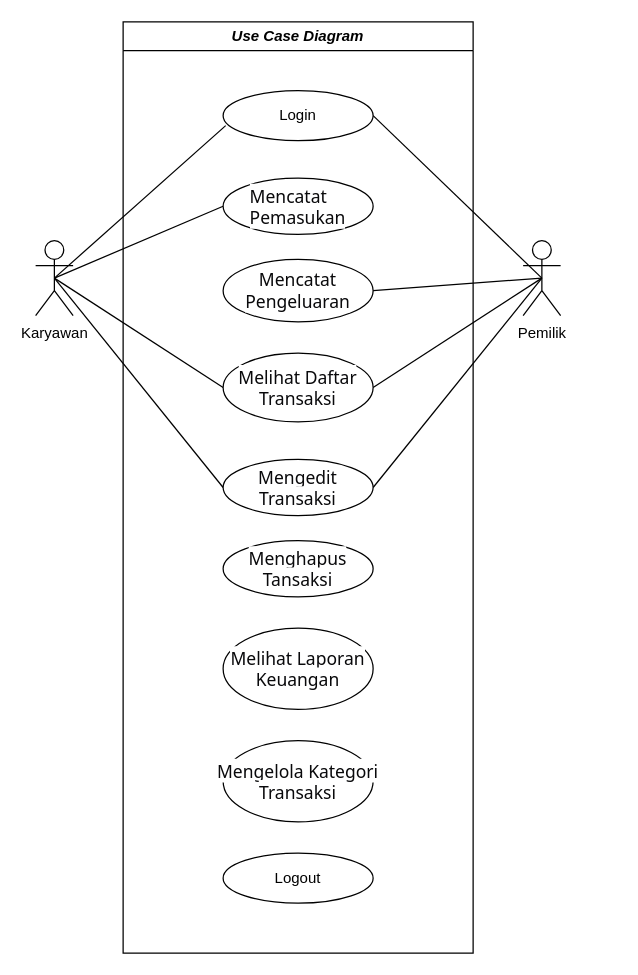
Before: page "Page-1" (1 of 2) of Doc/UseCase/Feby.drawio in gustitriprayoga/sistem-umkm-feby, a draw.io diagram. Source tidied: cells renumbered, new cells numbered last; positions are measured from the earlier drawing's top-left corner, leaving out a move shared by most shapes. Both pictures are drawn from the tidied source at 125%, with x=0, y=0 at pixel (35, 21).
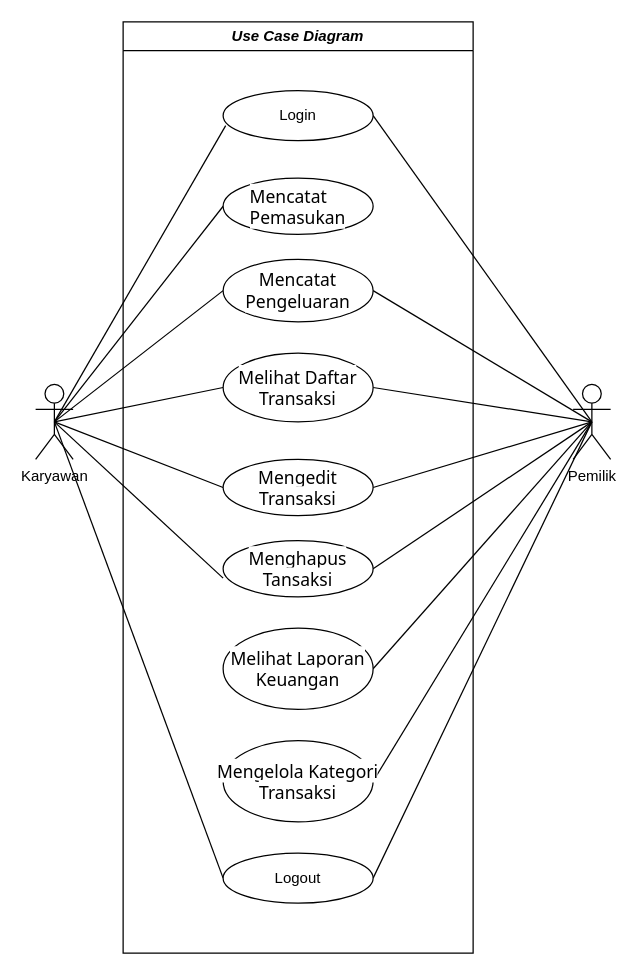
Above is the later version.

The change refers to these unchanged cells:
```xml
<mxCell id="12" value="&lt;i&gt;Use Case Diagram&lt;/i&gt;" style="swimlane;whiteSpace=wrap;html=1;" parent="1" vertex="1">
  <mxGeometry x="70" width="280" height="745" as="geometry" />
</mxCell>
```

Diff of the diagram source:
```diff
@@
+    <mxCell id="22" style="rounded=0;jettySize=auto;html=1;exitX=0.5;exitY=0.5;exitDx=0;exitDy=0;exitPerimeter=0;entryX=1;entryY=0.5;entryDx=0;entryDy=0;endArrow=none;startFill=0;" parent="1" edge="1" source="6" target="19">
+      <mxGeometry relative="1" as="geometry" />
+    </mxCell>
+    <mxCell id="23" style="rounded=0;jettySize=auto;html=1;exitX=0.5;exitY=0.5;exitDx=0;exitDy=0;exitPerimeter=0;entryX=1;entryY=0.5;entryDx=0;entryDy=0;endArrow=none;startFill=0;" parent="1" edge="1" source="6" target="20">
+      <mxGeometry relative="1" as="geometry" />
+    </mxCell>
+    <mxCell id="24" style="rounded=0;jettySize=auto;html=1;exitX=0.5;exitY=0.5;exitDx=0;exitDy=0;exitPerimeter=0;entryX=1;entryY=0.5;entryDx=0;entryDy=0;endArrow=none;startFill=0;" parent="1" edge="1" source="6" target="21">
+      <mxGeometry relative="1" as="geometry" />
+    </mxCell>
+    <mxCell id="25" style="rounded=0;jettySize=auto;html=1;exitX=0.5;exitY=0.5;exitDx=0;exitDy=0;exitPerimeter=0;entryX=1;entryY=0.5;entryDx=0;entryDy=0;endArrow=none;startFill=0;" parent="1" edge="1" source="6" target="18">
+      <mxGeometry relative="1" as="geometry" />
+    </mxCell>
     <mxCell id="6" value="Pemilik" style="shape=umlActor;verticalLabelPosition=bottom;verticalAlign=top;html=1;outlineConnect=0;" parent="1" vertex="1">
-      <mxGeometry x="390" y="175" width="30" height="60" as="geometry" />
+      <mxGeometry x="430" y="290" width="30" height="60" as="geometry" />
     </mxCell>
@@
+    <mxCell id="26" style="rounded=0;jettySize=auto;html=1;exitX=0.5;exitY=0.5;exitDx=0;exitDy=0;exitPerimeter=0;entryX=0;entryY=0.5;entryDx=0;entryDy=0;endArrow=none;startFill=0;" parent="1" edge="1" source="10" target="16">
+      <mxGeometry relative="1" as="geometry" />
+    </mxCell>
+    <mxCell id="27" style="rounded=0;jettySize=auto;html=1;exitX=0.5;exitY=0.5;exitDx=0;exitDy=0;exitPerimeter=0;entryX=0;entryY=0.5;entryDx=0;entryDy=0;endArrow=none;startFill=0;" parent="1" edge="1" source="10" target="21">
+      <mxGeometry relative="1" as="geometry" />
+    </mxCell>
     <mxCell id="10" value="Karyawan" style="shape=umlActor;verticalLabelPosition=bottom;verticalAlign=top;html=1;outlineConnect=0;" parent="1" vertex="1">
-      <mxGeometry y="175" width="30" height="60" as="geometry" />
+      <mxGeometry y="290" width="30" height="60" as="geometry" />
     </mxCell>
@@
-    <mxCell id="14" value="&lt;div style=&quot;text-align: start;&quot;&gt;&lt;font face=&quot;__Inter_d65c78, __Inter_Fallback_d65c78, ui-sans-serif, system-ui, sans-serif, Apple Color Emoji, Segoe UI Emoji, Segoe UI Symbol, Noto Color Emoji&quot; color=&quot;#09090b&quot;&gt;&lt;span style=&quot;font-size: 14px; text-wrap-mode: nowrap; background-color: rgb(255, 255, 255);&quot;&gt;Mencatat&lt;/span&gt;&lt;/font&gt;&lt;/div&gt;&lt;div style=&quot;text-align: start;&quot;&gt;&lt;font face=&quot;__Inter_d65c78, __Inter_Fallback_d65c78, ui-sans-serif, system-ui, sans-serif, Apple Color Emoji, Segoe UI Emoji, Segoe UI Symbol, Noto Color Emoji&quot; color=&quot;#09090b&quot;&gt;&lt;span style=&quot;font-size: 14px; text-wrap-mode: nowrap; background-color: rgb(255, 255, 255);&quot;&gt;Pemasukan&lt;/span&gt;&lt;/font&gt;&lt;/div&gt;" style="ellipse;whiteSpace=wrap;html=1;" parent="12" vertex="1">
+    <mxCell id="14" value="&lt;div style=&quot;text-align: start;&quot;&gt;&lt;font face=&quot;__Inter_d65c78, __Inter_Fallback_d65c78, ui-sans-serif, system-ui, sans-serif, Apple Color Emoji, Segoe UI Emoji, Segoe UI Symbol, Noto Color Emoji&quot;&gt;&lt;span style=&quot;font-size: 14px; text-wrap-mode: nowrap; background-color: light-dark(#ffffff, var(--ge-dark-color, #121212));&quot;&gt;Mencatat&lt;/span&gt;&lt;/font&gt;&lt;/div&gt;&lt;div style=&quot;text-align: start;&quot;&gt;&lt;font face=&quot;__Inter_d65c78, __Inter_Fallback_d65c78, ui-sans-serif, system-ui, sans-serif, Apple Color Emoji, Segoe UI Emoji, Segoe UI Symbol, Noto Color Emoji&quot;&gt;&lt;span style=&quot;font-size: 14px; text-wrap-mode: nowrap; background-color: light-dark(#ffffff, var(--ge-dark-color, #121212));&quot;&gt;Pemasukan&lt;/span&gt;&lt;/font&gt;&lt;/div&gt;" style="ellipse;whiteSpace=wrap;html=1;" parent="12" vertex="1">
       <mxGeometry x="80" y="125" width="120" height="45" as="geometry" />
     </mxCell>
-    <mxCell id="15" value="&lt;span style=&quot;color: rgb(9, 9, 11); font-family: __Inter_d65c78, __Inter_Fallback_d65c78, ui-sans-serif, system-ui, sans-serif, &amp;quot;Apple Color Emoji&amp;quot;, &amp;quot;Segoe UI Emoji&amp;quot;, &amp;quot;Segoe UI Symbol&amp;quot;, &amp;quot;Noto Color Emoji&amp;quot;; font-size: 14px; text-align: start; text-wrap-mode: nowrap; background-color: rgb(255, 255, 255);&quot;&gt;Melihat Daftar&lt;/span&gt;&lt;div&gt;&lt;span style=&quot;color: rgb(9, 9, 11); font-family: __Inter_d65c78, __Inter_Fallback_d65c78, ui-sans-serif, system-ui, sans-serif, &amp;quot;Apple Color Emoji&amp;quot;, &amp;quot;Segoe UI Emoji&amp;quot;, &amp;quot;Segoe UI Symbol&amp;quot;, &amp;quot;Noto Color Emoji&amp;quot;; font-size: 14px; text-align: start; text-wrap-mode: nowrap; background-color: rgb(255, 255, 255);&quot;&gt;Transaksi&lt;/span&gt;&lt;/div&gt;" style="ellipse;whiteSpace=wrap;html=1;" parent="12" vertex="1">
+    <mxCell id="15" value="&lt;span style=&quot;font-family: __Inter_d65c78, __Inter_Fallback_d65c78, ui-sans-serif, system-ui, sans-serif, &amp;quot;Apple Color Emoji&amp;quot;, &amp;quot;Segoe UI Emoji&amp;quot;, &amp;quot;Segoe UI Symbol&amp;quot;, &amp;quot;Noto Color Emoji&amp;quot;; font-size: 14px; text-align: start; text-wrap-mode: nowrap; background-color: light-dark(#ffffff, var(--ge-dark-color, #121212));&quot;&gt;&lt;font&gt;Melihat Daftar&lt;/font&gt;&lt;/span&gt;&lt;div&gt;&lt;span style=&quot;font-family: __Inter_d65c78, __Inter_Fallback_d65c78, ui-sans-serif, system-ui, sans-serif, &amp;quot;Apple Color Emoji&amp;quot;, &amp;quot;Segoe UI Emoji&amp;quot;, &amp;quot;Segoe UI Symbol&amp;quot;, &amp;quot;Noto Color Emoji&amp;quot;; font-size: 14px; text-align: start; text-wrap-mode: nowrap; background-color: light-dark(#ffffff, var(--ge-dark-color, #121212));&quot;&gt;&lt;font&gt;Transaksi&lt;/font&gt;&lt;/span&gt;&lt;/div&gt;" style="ellipse;whiteSpace=wrap;html=1;" parent="12" vertex="1">
       <mxGeometry x="80" y="265" width="120" height="55" as="geometry" />
     </mxCell>
-    <mxCell id="16" value="&lt;span style=&quot;color: rgb(9, 9, 11); font-family: __Inter_d65c78, __Inter_Fallback_d65c78, ui-sans-serif, system-ui, sans-serif, &amp;quot;Apple Color Emoji&amp;quot;, &amp;quot;Segoe UI Emoji&amp;quot;, &amp;quot;Segoe UI Symbol&amp;quot;, &amp;quot;Noto Color Emoji&amp;quot;; font-size: 14px; text-align: start; text-wrap-mode: nowrap; background-color: rgb(255, 255, 255);&quot;&gt;Mencatat&lt;/span&gt;&lt;div&gt;&lt;span style=&quot;color: rgb(9, 9, 11); font-family: __Inter_d65c78, __Inter_Fallback_d65c78, ui-sans-serif, system-ui, sans-serif, &amp;quot;Apple Color Emoji&amp;quot;, &amp;quot;Segoe UI Emoji&amp;quot;, &amp;quot;Segoe UI Symbol&amp;quot;, &amp;quot;Noto Color Emoji&amp;quot;; font-size: 14px; text-align: start; text-wrap-mode: nowrap; background-color: rgb(255, 255, 255);&quot;&gt;Pengeluaran&lt;/span&gt;&lt;/div&gt;" style="ellipse;whiteSpace=wrap;html=1;" parent="12" vertex="1">
+    <mxCell id="16" value="&lt;span style=&quot;font-family: __Inter_d65c78, __Inter_Fallback_d65c78, ui-sans-serif, system-ui, sans-serif, &amp;quot;Apple Color Emoji&amp;quot;, &amp;quot;Segoe UI Emoji&amp;quot;, &amp;quot;Segoe UI Symbol&amp;quot;, &amp;quot;Noto Color Emoji&amp;quot;; font-size: 14px; text-align: start; text-wrap-mode: nowrap; background-color: light-dark(#ffffff, var(--ge-dark-color, #121212));&quot;&gt;&lt;font&gt;Mencatat&lt;/font&gt;&lt;/span&gt;&lt;div&gt;&lt;span style=&quot;font-family: __Inter_d65c78, __Inter_Fallback_d65c78, ui-sans-serif, system-ui, sans-serif, &amp;quot;Apple Color Emoji&amp;quot;, &amp;quot;Segoe UI Emoji&amp;quot;, &amp;quot;Segoe UI Symbol&amp;quot;, &amp;quot;Noto Color Emoji&amp;quot;; font-size: 14px; text-align: start; text-wrap-mode: nowrap; background-color: light-dark(#ffffff, var(--ge-dark-color, #121212));&quot;&gt;&lt;font&gt;Pengeluaran&lt;/font&gt;&lt;/span&gt;&lt;/div&gt;" style="ellipse;whiteSpace=wrap;html=1;" parent="12" vertex="1">
       <mxGeometry x="80" y="190" width="120" height="50" as="geometry" />
     </mxCell>
-    <mxCell id="17" value="&lt;span style=&quot;color: rgb(9, 9, 11); font-family: __Inter_d65c78, __Inter_Fallback_d65c78, ui-sans-serif, system-ui, sans-serif, &amp;quot;Apple Color Emoji&amp;quot;, &amp;quot;Segoe UI Emoji&amp;quot;, &amp;quot;Segoe UI Symbol&amp;quot;, &amp;quot;Noto Color Emoji&amp;quot;; font-size: 14px; text-align: start; text-wrap-mode: nowrap; background-color: light-dark(#ffffff, var(--ge-dark-color, #121212));&quot;&gt;Mengedit&lt;/span&gt;&lt;div&gt;&lt;span style=&quot;color: rgb(9, 9, 11); font-family: __Inter_d65c78, __Inter_Fallback_d65c78, ui-sans-serif, system-ui, sans-serif, &amp;quot;Apple Color Emoji&amp;quot;, &amp;quot;Segoe UI Emoji&amp;quot;, &amp;quot;Segoe UI Symbol&amp;quot;, &amp;quot;Noto Color Emoji&amp;quot;; font-size: 14px; text-align: start; text-wrap-mode: nowrap; background-color: light-dark(#ffffff, var(--ge-dark-color, #121212));&quot;&gt;Transaksi&lt;/span&gt;&lt;/div&gt;" style="ellipse;whiteSpace=wrap;html=1;" parent="12" vertex="1">
+    <mxCell id="17" value="&lt;span style=&quot;font-family: __Inter_d65c78, __Inter_Fallback_d65c78, ui-sans-serif, system-ui, sans-serif, &amp;quot;Apple Color Emoji&amp;quot;, &amp;quot;Segoe UI Emoji&amp;quot;, &amp;quot;Segoe UI Symbol&amp;quot;, &amp;quot;Noto Color Emoji&amp;quot;; font-size: 14px; text-align: start; text-wrap-mode: nowrap; background-color: light-dark(#ffffff, var(--ge-dark-color, #121212));&quot;&gt;&lt;font&gt;Mengedit&lt;/font&gt;&lt;/span&gt;&lt;div&gt;&lt;span style=&quot;font-family: __Inter_d65c78, __Inter_Fallback_d65c78, ui-sans-serif, system-ui, sans-serif, &amp;quot;Apple Color Emoji&amp;quot;, &amp;quot;Segoe UI Emoji&amp;quot;, &amp;quot;Segoe UI Symbol&amp;quot;, &amp;quot;Noto Color Emoji&amp;quot;; font-size: 14px; text-align: start; text-wrap-mode: nowrap; background-color: light-dark(#ffffff, var(--ge-dark-color, #121212));&quot;&gt;&lt;font&gt;Transaksi&lt;/font&gt;&lt;/span&gt;&lt;/div&gt;" style="ellipse;whiteSpace=wrap;html=1;" parent="12" vertex="1">
       <mxGeometry x="80" y="350" width="120" height="45" as="geometry" />
     </mxCell>
-    <mxCell id="18" value="&lt;div style=&quot;&quot;&gt;&lt;font face=&quot;__Inter_d65c78, __Inter_Fallback_d65c78, ui-sans-serif, system-ui, sans-serif, Apple Color Emoji, Segoe UI Emoji, Segoe UI Symbol, Noto Color Emoji&quot; color=&quot;#09090b&quot;&gt;&lt;span style=&quot;font-size: 14px; text-wrap-mode: nowrap; background-color: light-dark(#ffffff, var(--ge-dark-color, #121212));&quot;&gt;Menghapus&lt;/span&gt;&lt;/font&gt;&lt;/div&gt;&lt;div style=&quot;&quot;&gt;&lt;font face=&quot;__Inter_d65c78, __Inter_Fallback_d65c78, ui-sans-serif, system-ui, sans-serif, Apple Color Emoji, Segoe UI Emoji, Segoe UI Symbol, Noto Color Emoji&quot; color=&quot;#09090b&quot;&gt;&lt;span style=&quot;font-size: 14px; text-wrap-mode: nowrap; background-color: light-dark(#ffffff, var(--ge-dark-color, #121212));&quot;&gt;Tansaksi&lt;/span&gt;&lt;/font&gt;&lt;/div&gt;" style="ellipse;whiteSpace=wrap;html=1;align=center;" parent="12" vertex="1">
+    <mxCell id="18" value="&lt;div style=&quot;&quot;&gt;&lt;font face=&quot;__Inter_d65c78, __Inter_Fallback_d65c78, ui-sans-serif, system-ui, sans-serif, Apple Color Emoji, Segoe UI Emoji, Segoe UI Symbol, Noto Color Emoji&quot;&gt;&lt;span style=&quot;font-size: 14px; text-wrap-mode: nowrap; background-color: light-dark(#ffffff, var(--ge-dark-color, #121212));&quot;&gt;Menghapus&lt;/span&gt;&lt;/font&gt;&lt;/div&gt;&lt;div style=&quot;&quot;&gt;&lt;font face=&quot;__Inter_d65c78, __Inter_Fallback_d65c78, ui-sans-serif, system-ui, sans-serif, Apple Color Emoji, Segoe UI Emoji, Segoe UI Symbol, Noto Color Emoji&quot;&gt;&lt;span style=&quot;font-size: 14px; text-wrap-mode: nowrap; background-color: light-dark(#ffffff, var(--ge-dark-color, #121212));&quot;&gt;Tansaksi&lt;/span&gt;&lt;/font&gt;&lt;/div&gt;" style="ellipse;whiteSpace=wrap;html=1;align=center;" parent="12" vertex="1">
       <mxGeometry x="80" y="415" width="120" height="45" as="geometry" />
     </mxCell>
-    <mxCell id="19" value="&lt;div style=&quot;&quot;&gt;&lt;font face=&quot;__Inter_d65c78, __Inter_Fallback_d65c78, ui-sans-serif, system-ui, sans-serif, Apple Color Emoji, Segoe UI Emoji, Segoe UI Symbol, Noto Color Emoji&quot; color=&quot;#09090b&quot;&gt;&lt;span style=&quot;font-size: 14px; text-wrap-mode: nowrap; background-color: light-dark(#ffffff, var(--ge-dark-color, #121212));&quot;&gt;Melihat Laporan&lt;/span&gt;&lt;/font&gt;&lt;/div&gt;&lt;div style=&quot;&quot;&gt;&lt;font face=&quot;__Inter_d65c78, __Inter_Fallback_d65c78, ui-sans-serif, system-ui, sans-serif, Apple Color Emoji, Segoe UI Emoji, Segoe UI Symbol, Noto Color Emoji&quot; color=&quot;#09090b&quot;&gt;&lt;span style=&quot;font-size: 14px; text-wrap-mode: nowrap; background-color: light-dark(#ffffff, var(--ge-dark-color, #121212));&quot;&gt;Keuangan&lt;/span&gt;&lt;/font&gt;&lt;/div&gt;" style="ellipse;whiteSpace=wrap;html=1;align=center;" parent="12" vertex="1">
+    <mxCell id="19" value="&lt;div style=&quot;&quot;&gt;&lt;font face=&quot;__Inter_d65c78, __Inter_Fallback_d65c78, ui-sans-serif, system-ui, sans-serif, Apple Color Emoji, Segoe UI Emoji, Segoe UI Symbol, Noto Color Emoji&quot;&gt;&lt;span style=&quot;font-size: 14px; text-wrap-mode: nowrap; background-color: light-dark(#ffffff, var(--ge-dark-color, #121212));&quot;&gt;Melihat Laporan&lt;/span&gt;&lt;/font&gt;&lt;/div&gt;&lt;div style=&quot;&quot;&gt;&lt;font face=&quot;__Inter_d65c78, __Inter_Fallback_d65c78, ui-sans-serif, system-ui, sans-serif, Apple Color Emoji, Segoe UI Emoji, Segoe UI Symbol, Noto Color Emoji&quot;&gt;&lt;span style=&quot;font-size: 14px; text-wrap-mode: nowrap; background-color: light-dark(#ffffff, var(--ge-dark-color, #121212));&quot;&gt;Keuangan&lt;/span&gt;&lt;/font&gt;&lt;/div&gt;" style="ellipse;whiteSpace=wrap;html=1;align=center;" parent="12" vertex="1">
       <mxGeometry x="80" y="485" width="120" height="65" as="geometry" />
     </mxCell>
-    <mxCell id="20" value="&lt;font face=&quot;__Inter_d65c78, __Inter_Fallback_d65c78, ui-sans-serif, system-ui, sans-serif, Apple Color Emoji, Segoe UI Emoji, Segoe UI Symbol, Noto Color Emoji&quot; color=&quot;#09090b&quot;&gt;&lt;span style=&quot;font-size: 14px; text-wrap-mode: nowrap; background-color: light-dark(#ffffff, var(--ge-dark-color, #121212));&quot;&gt;Mengelola Kategori&lt;/span&gt;&lt;/font&gt;&lt;div&gt;&lt;font face=&quot;__Inter_d65c78, __Inter_Fallback_d65c78, ui-sans-serif, system-ui, sans-serif, Apple Color Emoji, Segoe UI Emoji, Segoe UI Symbol, Noto Color Emoji&quot; color=&quot;#09090b&quot;&gt;&lt;span style=&quot;font-size: 14px; text-wrap-mode: nowrap; background-color: light-dark(#ffffff, var(--ge-dark-color, #121212));&quot;&gt;Transaksi&lt;/span&gt;&lt;/font&gt;&lt;/div&gt;" style="ellipse;whiteSpace=wrap;html=1;align=center;" parent="12" vertex="1">
+    <mxCell id="20" value="&lt;font face=&quot;__Inter_d65c78, __Inter_Fallback_d65c78, ui-sans-serif, system-ui, sans-serif, Apple Color Emoji, Segoe UI Emoji, Segoe UI Symbol, Noto Color Emoji&quot;&gt;&lt;span style=&quot;font-size: 14px; text-wrap-mode: nowrap; background-color: light-dark(#ffffff, var(--ge-dark-color, #121212));&quot;&gt;Mengelola Kategori&lt;/span&gt;&lt;/font&gt;&lt;div&gt;&lt;font face=&quot;__Inter_d65c78, __Inter_Fallback_d65c78, ui-sans-serif, system-ui, sans-serif, Apple Color Emoji, Segoe UI Emoji, Segoe UI Symbol, Noto Color Emoji&quot;&gt;&lt;span style=&quot;font-size: 14px; text-wrap-mode: nowrap; background-color: light-dark(#ffffff, var(--ge-dark-color, #121212));&quot;&gt;Transaksi&lt;/span&gt;&lt;/font&gt;&lt;/div&gt;" style="ellipse;whiteSpace=wrap;html=1;align=center;" parent="12" vertex="1">
       <mxGeometry x="80" y="575" width="120" height="65" as="geometry" />
     </mxCell>
-    <mxCell id="21" value="Logout" style="ellipse;whiteSpace=wrap;html=1;" parent="12" vertex="1">
+    <mxCell id="21" value="&lt;span&gt;Logout&lt;/span&gt;" style="ellipse;whiteSpace=wrap;html=1;" parent="12" vertex="1">
       <mxGeometry x="80" y="665" width="120" height="40" as="geometry" />
     </mxCell>
+    <mxCell id="28" style="rounded=0;jettySize=auto;html=1;exitX=0.5;exitY=0.5;exitDx=0;exitDy=0;exitPerimeter=0;entryX=0;entryY=0.667;entryDx=0;entryDy=0;entryPerimeter=0;endArrow=none;startFill=0;" parent="1" edge="1" source="10" target="18">
+      <mxGeometry relative="1" as="geometry" />
+    </mxCell>
```
